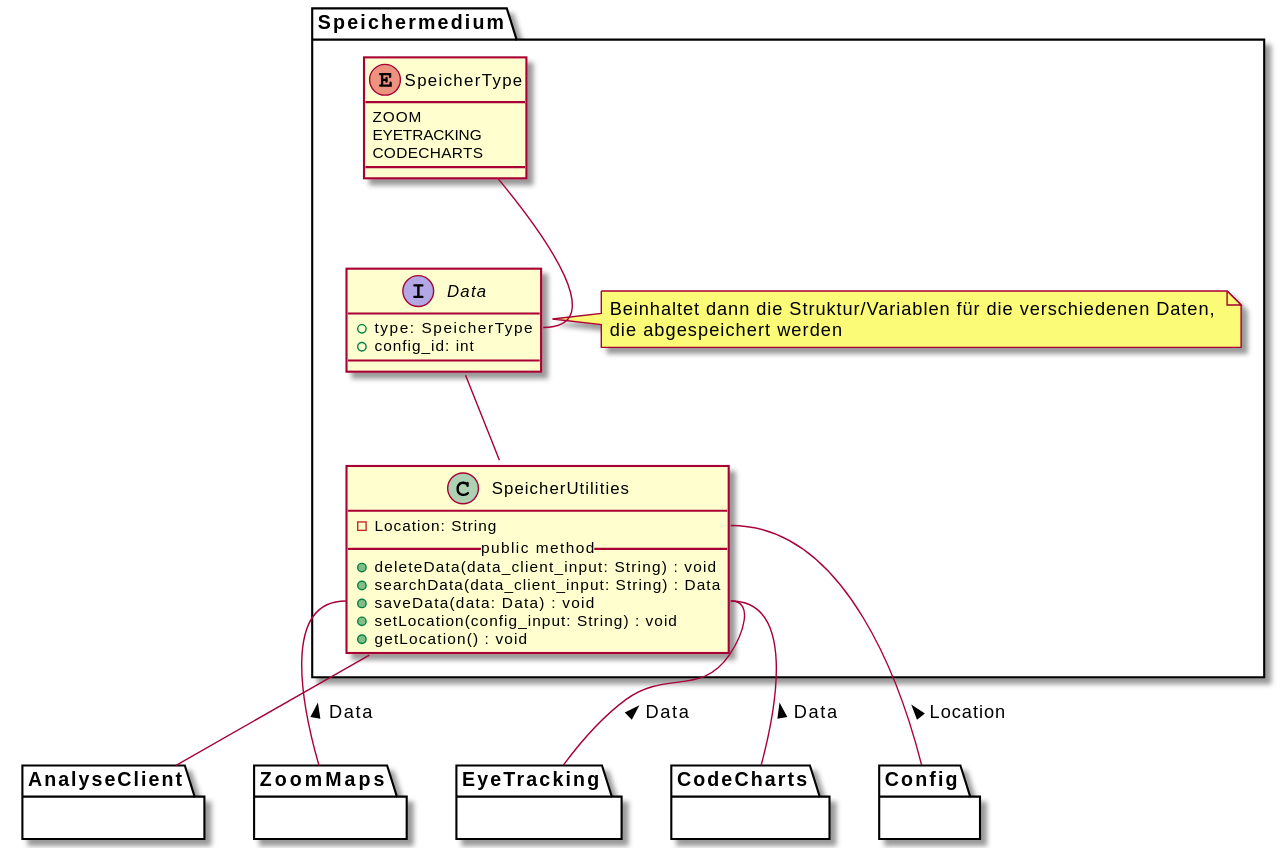
Above: meilenstein_03/uml-speichermedium/speichermedium.svg in weichware10/meilensteine (PlantUML), before the change.
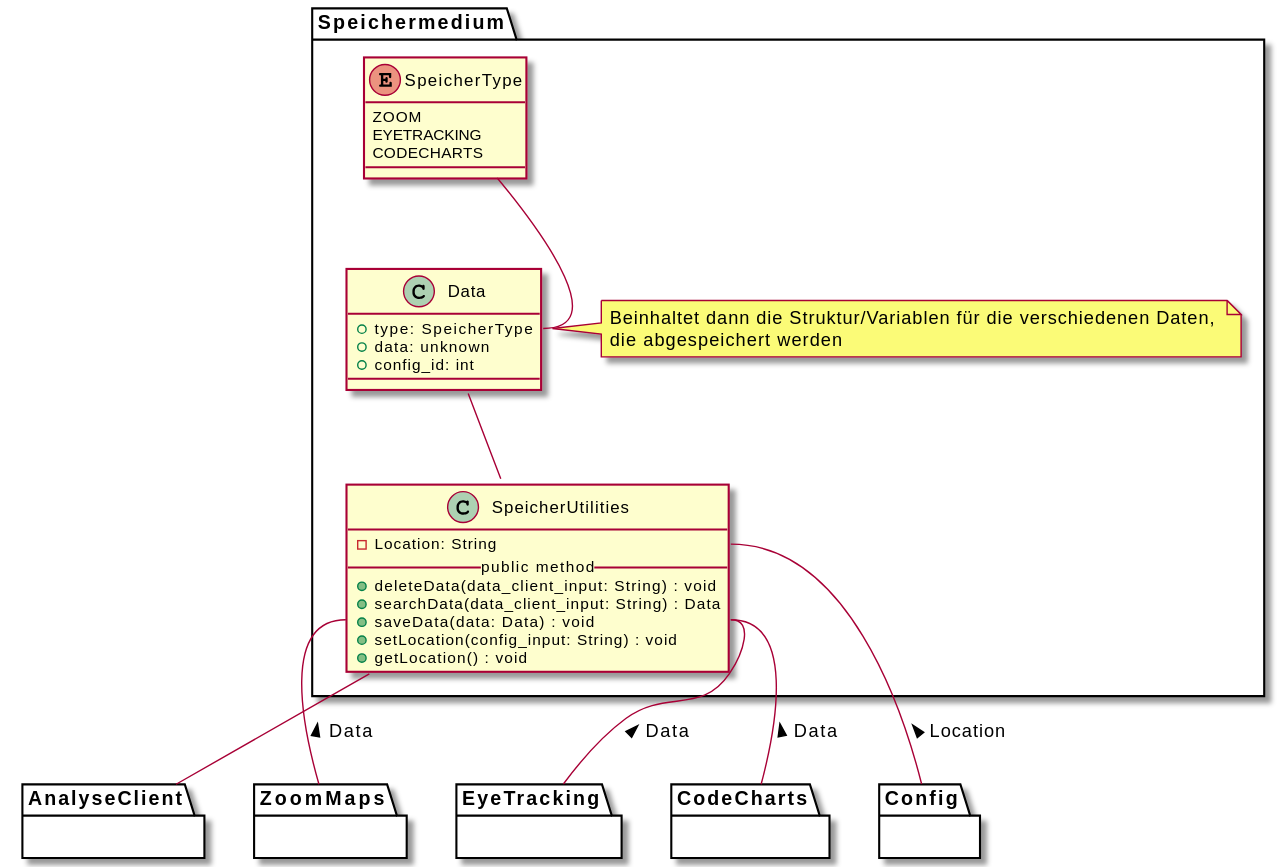
After the change.

Commit message:
Render PlantUML SVGs

The edit, as a diff of the source:
```diff
@@ -10,8 +10,9 @@
          + getLocation() : void
      }
 
-      interface Data {
+      class Data {
          + type: SpeicherType
+         + data: unknown
          + config_id: int
       }
 
```
